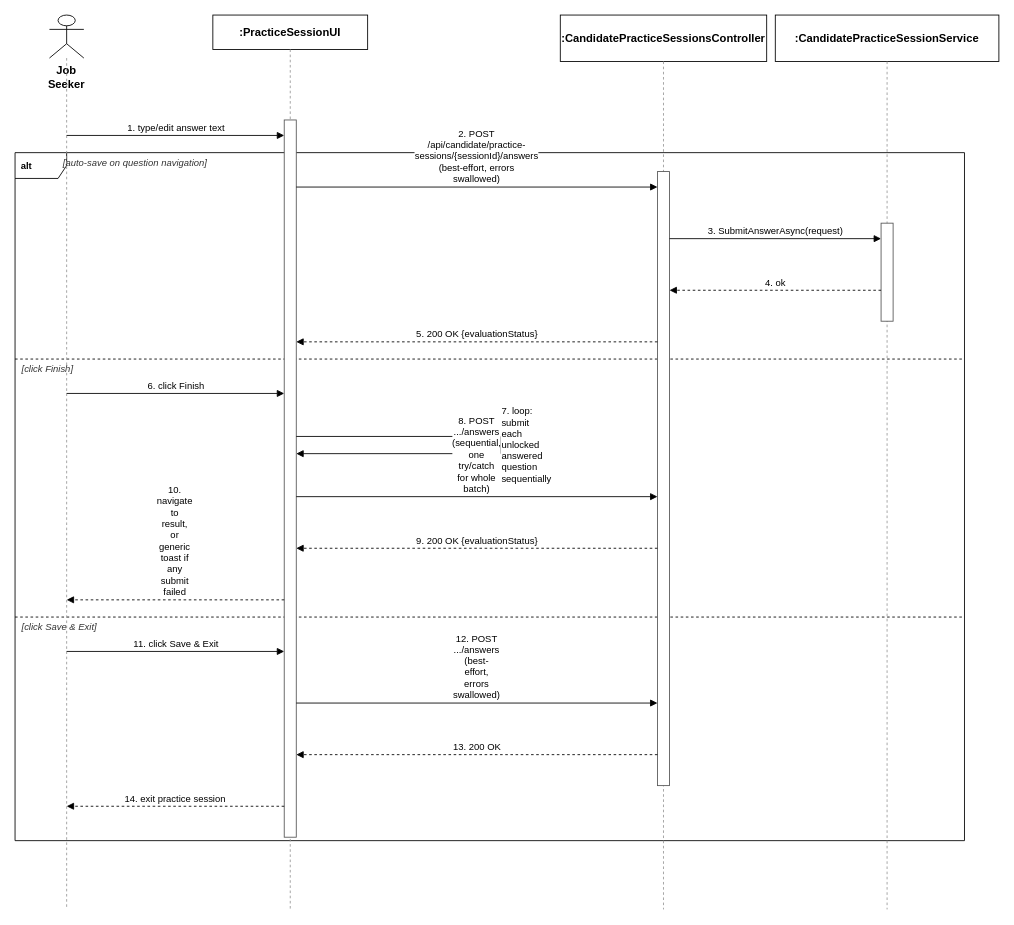
This is page "Candidate_AuditLogAndErrorHandling" (7 of 7) of docs/qa/sequence-diagrams.drawio from tulklk/AI_Interview_Question_Generation_RAG_LLM_FE, a draw.io file, before an edit. Source tidied: cells renumbered, new cells numbered last; positions are measured from the earlier drawing's top-left corner, leaving out a move shared by most shapes. Both pictures are drawn from the tidied source at 86%, with x=0, y=0 at pixel (15, 15).
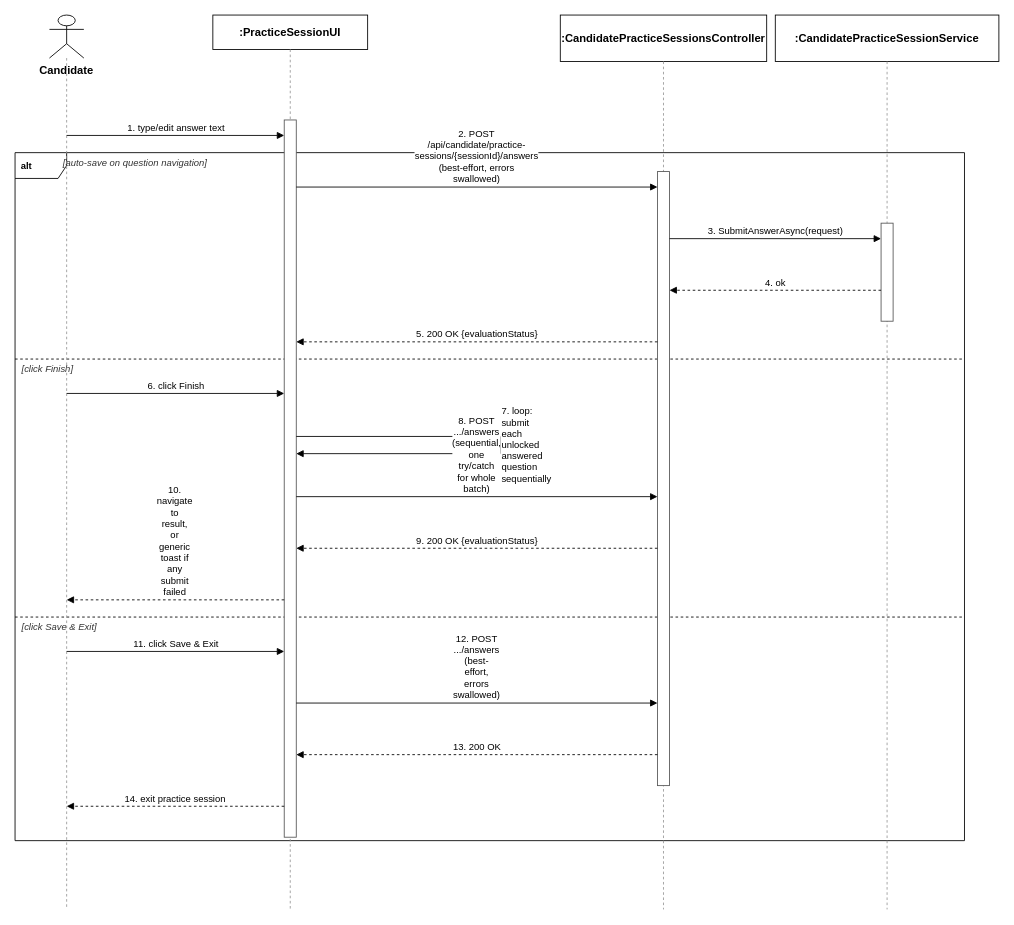
After the change.

The edit, as a diff of the source:
```diff
@@
-    <mxCell id="8" value="Job Seeker" style="shape=umlActor;whiteSpace=wrap;html=1;verticalLabelPosition=bottom;verticalAlign=top;fillColor=#ffffff;strokeColor=#000000;fontStyle=1;fontSize=13;" parent="1" vertex="1">
+    <mxCell id="8" value="Candidate" style="shape=umlActor;whiteSpace=wrap;html=1;verticalLabelPosition=bottom;verticalAlign=top;fillColor=#ffffff;strokeColor=#000000;fontStyle=1;fontSize=13;" parent="1" vertex="1">
       <mxGeometry x="40" width="40" height="50" as="geometry" />
     </mxCell>
```
